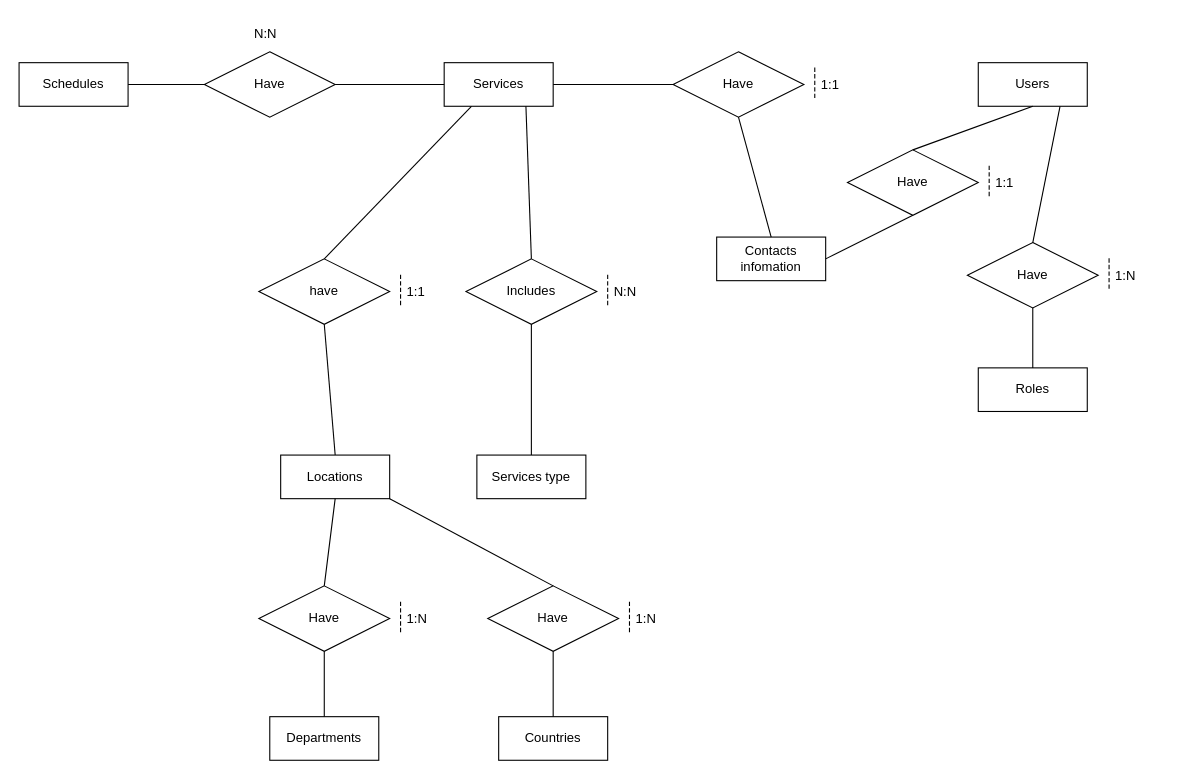
The draw.io diagram caminoDiagrams/Camino entidad relacion diagrama.drawio in DrDaxter/diagrams, before the edit. Source tidied: cells renumbered, new cells numbered last; positions are measured from the earlier drawing's top-left corner, leaving out a move shared by most shapes. Both pictures are drawn from the tidied source at 109%, with x=0, y=0 at pixel (19, 19).
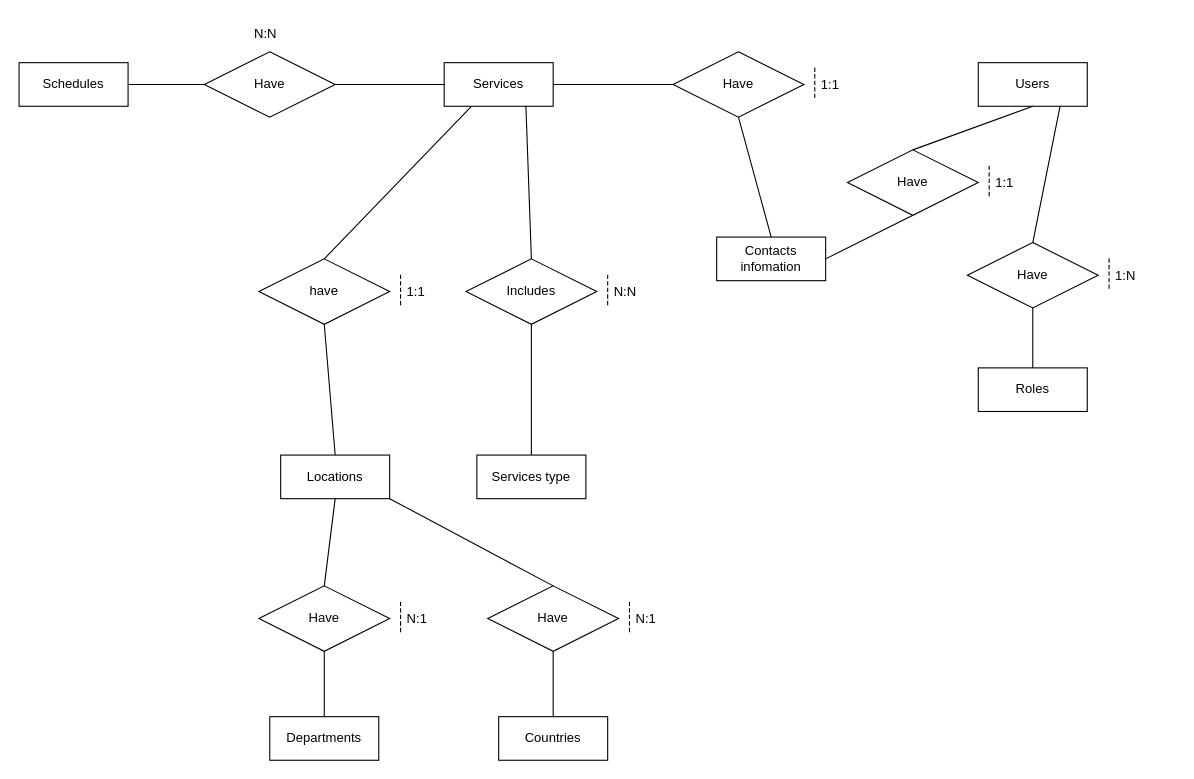
Above is the later version.

The edit, as a diff of the source:
```diff
@@
-    <mxCell id="24" value="1:N" style="shape=partialRectangle;fillColor=none;align=left;verticalAlign=middle;strokeColor=none;spacingLeft=34;" parent="1" vertex="1">
+    <mxCell id="24" value="N:1" style="shape=partialRectangle;fillColor=none;align=left;verticalAlign=middle;strokeColor=none;spacingLeft=34;" parent="1" vertex="1">
       <mxGeometry x="320" y="535" width="90" height="30" as="geometry" />
     </mxCell>
@@
-    <mxCell id="29" value="1:N" style="shape=partialRectangle;fillColor=none;align=left;verticalAlign=middle;strokeColor=none;spacingLeft=34;" parent="1" vertex="1">
+    <mxCell id="29" value="N:1" style="shape=partialRectangle;fillColor=none;align=left;verticalAlign=middle;strokeColor=none;spacingLeft=34;" parent="1" vertex="1">
       <mxGeometry x="530" y="535" width="90" height="30" as="geometry" />
     </mxCell>
```
